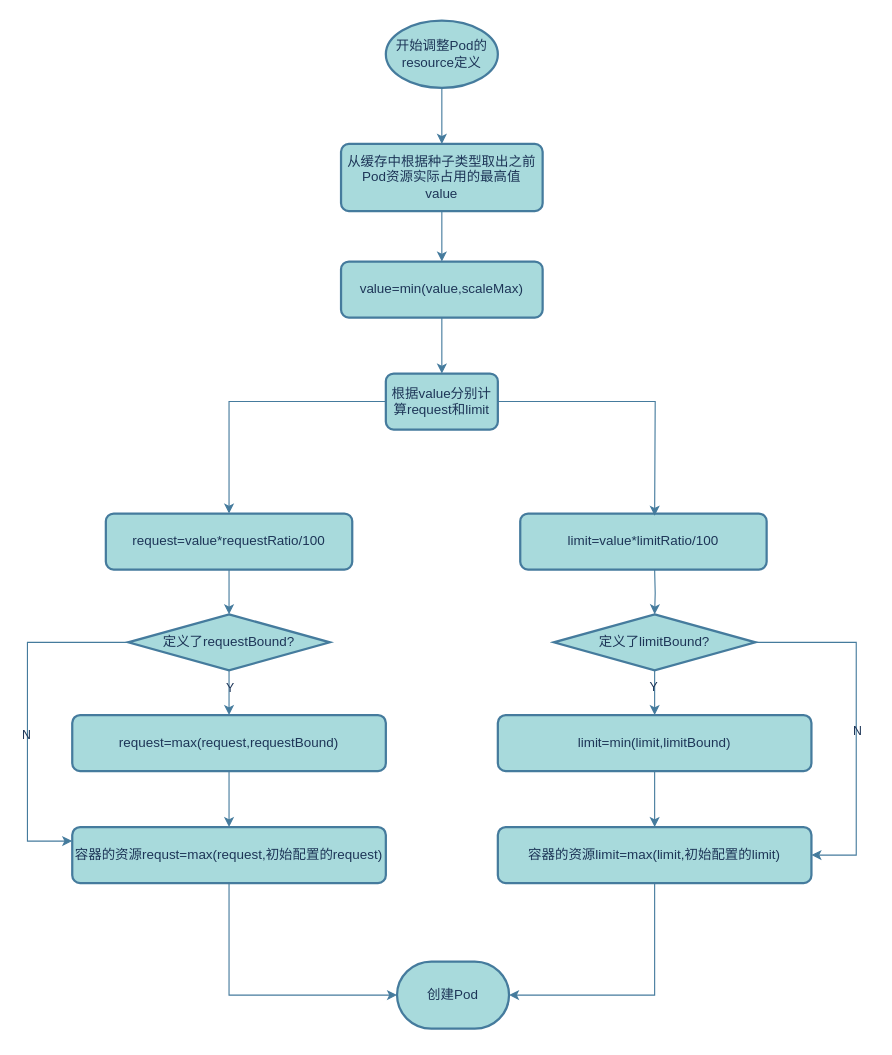
This is drawio/vpa.drawio from keisni/zm, a draw.io file, before an edit. Source tidied: cells renumbered, new cells numbered last; positions are measured from the earlier drawing's top-left corner, leaving out a move shared by most shapes. Both pictures are drawn from the tidied source at 112%, with x=0, y=0 at pixel (27, 20).
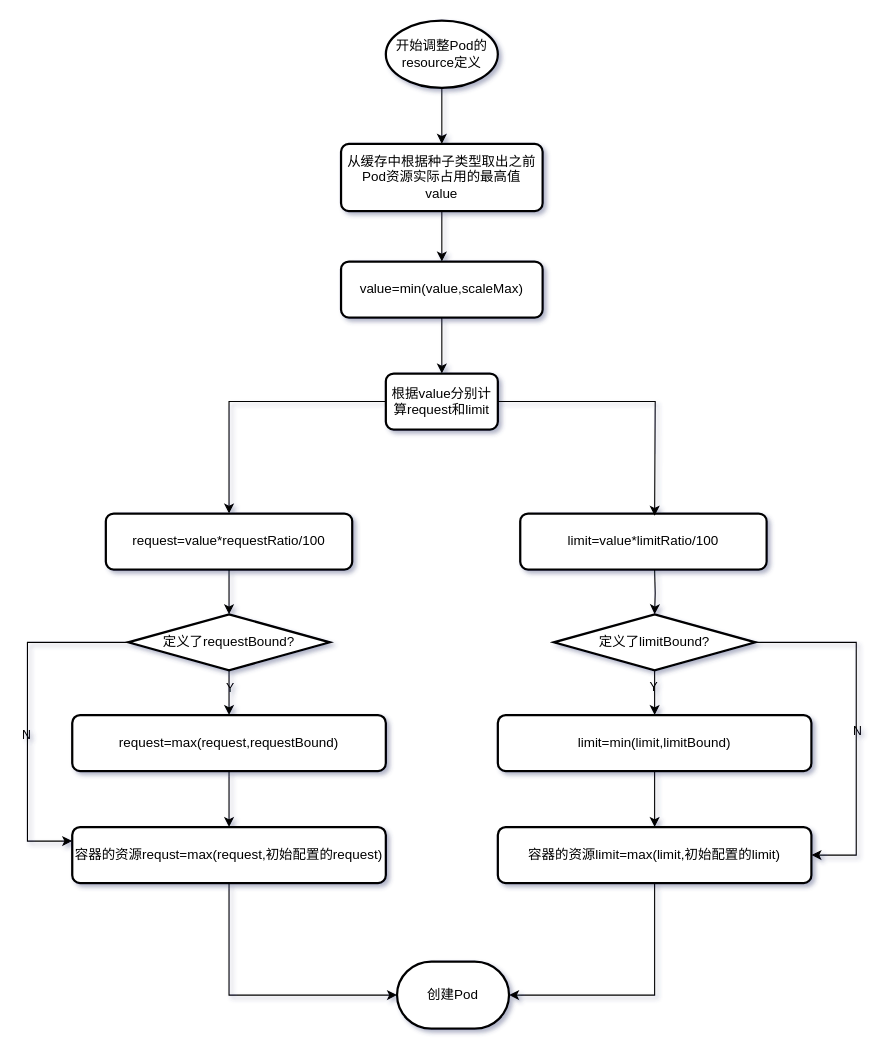
The same diagram, later.

Diff of the diagram source:
```diff
@@
-<mxGraphModel>
+<mxGraphModel shadow="1">
@@
-    <mxCell id="2" style="edgeStyle=orthogonalEdgeStyle;rounded=0;jettySize=auto;html=1;exitX=0.5;exitY=1;exitDx=0;exitDy=0;exitPerimeter=0;entryX=0.5;entryY=0;entryDx=0;entryDy=0;labelBackgroundColor=none;strokeColor=#457B9D;fontColor=default;" parent="1" edge="1" source="3" target="4">
+    <mxCell id="2" style="edgeStyle=orthogonalEdgeStyle;rounded=0;jettySize=auto;html=1;exitX=0.5;exitY=1;exitDx=0;exitDy=0;exitPerimeter=0;entryX=0.5;entryY=0;entryDx=0;entryDy=0;labelBackgroundColor=none;fontColor=default;fontStyle=0;" parent="1" edge="1" source="3" target="4">
       <mxGeometry relative="1" as="geometry" />
     </mxCell>
-    <mxCell id="3" value="开始调整Pod的resource定义" style="strokeWidth=2;html=1;shape=mxgraph.flowchart.start_1;whiteSpace=wrap;labelBackgroundColor=none;fillColor=#A8DADC;strokeColor=#457B9D;fontColor=#1D3557;" parent="1" vertex="1">
+    <mxCell id="3" value="开始调整Pod的resource定义" style="strokeWidth=2;html=1;shape=mxgraph.flowchart.start_1;whiteSpace=wrap;labelBackgroundColor=none;fontStyle=0;" parent="1" vertex="1">
       <mxGeometry x="320" width="100" height="60" as="geometry" />
     </mxCell>
-    <mxCell id="4" value="从缓存中根据种子类型取出之前Pod资源实际占用的最高值&lt;div&gt;value&lt;/div&gt;" style="rounded=1;whiteSpace=wrap;html=1;absoluteArcSize=1;arcSize=14;strokeWidth=2;labelBackgroundColor=none;fillColor=#A8DADC;strokeColor=#457B9D;fontColor=#1D3557;" parent="1" vertex="1">
+    <mxCell id="4" value="从缓存中根据种子类型取出之前Pod资源实际占用的最高值&lt;div&gt;value&lt;/div&gt;" style="rounded=1;whiteSpace=wrap;html=1;absoluteArcSize=1;arcSize=14;strokeWidth=2;labelBackgroundColor=none;fontStyle=0;" parent="1" vertex="1">
       <mxGeometry x="280" y="110" width="180" height="60" as="geometry" />
     </mxCell>
-    <mxCell id="5" style="edgeStyle=orthogonalEdgeStyle;rounded=0;jettySize=auto;html=1;exitX=0.5;exitY=1;exitDx=0;exitDy=0;entryX=0.5;entryY=0;entryDx=0;entryDy=0;labelBackgroundColor=none;strokeColor=#457B9D;fontColor=default;" parent="1" edge="1" source="7" target="9">
+    <mxCell id="5" style="edgeStyle=orthogonalEdgeStyle;rounded=0;jettySize=auto;html=1;exitX=0.5;exitY=1;exitDx=0;exitDy=0;entryX=0.5;entryY=0;entryDx=0;entryDy=0;labelBackgroundColor=none;fontColor=default;fontStyle=0;" parent="1" edge="1" source="7" target="9">
       <mxGeometry relative="1" as="geometry" />
     </mxCell>
-    <mxCell id="6" style="edgeStyle=orthogonalEdgeStyle;rounded=0;jettySize=auto;html=1;exitX=0.5;exitY=1;exitDx=0;exitDy=0;entryX=0.5;entryY=0;entryDx=0;entryDy=0;labelBackgroundColor=none;strokeColor=#457B9D;fontColor=default;" parent="1" edge="1" source="4" target="7">
+    <mxCell id="6" style="edgeStyle=orthogonalEdgeStyle;rounded=0;jettySize=auto;html=1;exitX=0.5;exitY=1;exitDx=0;exitDy=0;entryX=0.5;entryY=0;entryDx=0;entryDy=0;labelBackgroundColor=none;fontColor=default;fontStyle=0;" parent="1" edge="1" source="4" target="7">
       <mxGeometry relative="1" as="geometry" />
     </mxCell>
-    <mxCell id="7" value="value=min(value,scaleMax)" style="rounded=1;whiteSpace=wrap;html=1;absoluteArcSize=1;arcSize=14;strokeWidth=2;labelBackgroundColor=none;fillColor=#A8DADC;strokeColor=#457B9D;fontColor=#1D3557;" parent="1" vertex="1">
+    <mxCell id="7" value="value=min(value,scaleMax)" style="rounded=1;whiteSpace=wrap;html=1;absoluteArcSize=1;arcSize=14;strokeWidth=2;labelBackgroundColor=none;fontStyle=0;" parent="1" vertex="1">
       <mxGeometry x="280" y="215" width="180" height="50" as="geometry" />
     </mxCell>
-    <mxCell id="8" style="edgeStyle=orthogonalEdgeStyle;rounded=0;jettySize=auto;html=1;exitX=0;exitY=0.5;exitDx=0;exitDy=0;entryX=0.5;entryY=0;entryDx=0;entryDy=0;labelBackgroundColor=none;strokeColor=#457B9D;fontColor=default;" parent="1" edge="1" source="9" target="11">
+    <mxCell id="8" style="edgeStyle=orthogonalEdgeStyle;rounded=0;jettySize=auto;html=1;exitX=0;exitY=0.5;exitDx=0;exitDy=0;entryX=0.5;entryY=0;entryDx=0;entryDy=0;labelBackgroundColor=none;fontColor=default;fontStyle=0;" parent="1" edge="1" source="9" target="11">
       <mxGeometry relative="1" as="geometry" />
     </mxCell>
-    <mxCell id="9" value="根据value分别计算request和limit" style="rounded=1;whiteSpace=wrap;html=1;absoluteArcSize=1;arcSize=14;strokeWidth=2;labelBackgroundColor=none;fillColor=#A8DADC;strokeColor=#457B9D;fontColor=#1D3557;" parent="1" vertex="1">
+    <mxCell id="9" value="根据value分别计算request和limit" style="rounded=1;whiteSpace=wrap;html=1;absoluteArcSize=1;arcSize=14;strokeWidth=2;labelBackgroundColor=none;fontStyle=0;" parent="1" vertex="1">
       <mxGeometry x="320" y="315" width="100" height="50" as="geometry" />
     </mxCell>
-    <mxCell id="10" style="edgeStyle=orthogonalEdgeStyle;rounded=0;jettySize=auto;html=1;labelBackgroundColor=none;strokeColor=#457B9D;fontColor=default;" parent="1" edge="1" source="11" target="18">
+    <mxCell id="10" style="edgeStyle=orthogonalEdgeStyle;rounded=0;jettySize=auto;html=1;labelBackgroundColor=none;fontColor=default;fontStyle=0;" parent="1" edge="1" source="11" target="18">
       <mxGeometry relative="1" as="geometry" />
     </mxCell>
-    <mxCell id="11" value="request=value*requestRatio/100" style="rounded=1;whiteSpace=wrap;html=1;absoluteArcSize=1;arcSize=14;strokeWidth=2;labelBackgroundColor=none;fillColor=#A8DADC;strokeColor=#457B9D;fontColor=#1D3557;" parent="1" vertex="1">
+    <mxCell id="11" value="request=value*requestRatio/100" style="rounded=1;whiteSpace=wrap;html=1;absoluteArcSize=1;arcSize=14;strokeWidth=2;labelBackgroundColor=none;fontStyle=0;" parent="1" vertex="1">
       <mxGeometry x="70" y="440" width="220" height="50" as="geometry" />
     </mxCell>
-    <mxCell id="12" value="limit=value*limitRatio/100" style="rounded=1;whiteSpace=wrap;html=1;absoluteArcSize=1;arcSize=14;strokeWidth=2;labelBackgroundColor=none;fillColor=#A8DADC;strokeColor=#457B9D;fontColor=#1D3557;" parent="1" vertex="1">
+    <mxCell id="12" value="limit=value*limitRatio/100" style="rounded=1;whiteSpace=wrap;html=1;absoluteArcSize=1;arcSize=14;strokeWidth=2;labelBackgroundColor=none;fontStyle=0;" parent="1" vertex="1">
       <mxGeometry x="440" y="440" width="220" height="50" as="geometry" />
     </mxCell>
-    <mxCell id="13" style="edgeStyle=orthogonalEdgeStyle;rounded=0;jettySize=auto;html=1;exitX=1;exitY=0.5;exitDx=0;exitDy=0;entryX=0.5;entryY=0;entryDx=0;entryDy=0;labelBackgroundColor=none;strokeColor=#457B9D;fontColor=default;" parent="1" edge="1" source="9">
+    <mxCell id="13" style="edgeStyle=orthogonalEdgeStyle;rounded=0;jettySize=auto;html=1;exitX=1;exitY=0.5;exitDx=0;exitDy=0;entryX=0.5;entryY=0;entryDx=0;entryDy=0;labelBackgroundColor=none;fontColor=default;fontStyle=0;" parent="1" edge="1" source="9">
       <mxGeometry relative="1" as="geometry">
         <mxPoint x="560" y="442" as="targetPoint" />
       </mxGeometry>
     </mxCell>
-    <mxCell id="14" style="edgeStyle=orthogonalEdgeStyle;rounded=0;jettySize=auto;html=1;labelBackgroundColor=none;strokeColor=#457B9D;fontColor=default;" parent="1" edge="1" source="18" target="20">
+    <mxCell id="14" style="edgeStyle=orthogonalEdgeStyle;rounded=0;jettySize=auto;html=1;labelBackgroundColor=none;fontColor=default;fontStyle=0;" parent="1" edge="1" source="18" target="20">
       <mxGeometry relative="1" as="geometry" />
     </mxCell>
-    <mxCell id="15" value="Y" style="edgeLabel;html=1;align=center;verticalAlign=middle;labelBackgroundColor=none;fontColor=#1D3557;" parent="14" vertex="1">
+    <mxCell id="15" value="Y" style="edgeLabel;html=1;align=center;verticalAlign=middle;labelBackgroundColor=none;fontStyle=0;" parent="14" vertex="1">
       <mxGeometry x="-0.25" relative="1" as="geometry" />
     </mxCell>
-    <mxCell id="16" style="edgeStyle=orthogonalEdgeStyle;rounded=0;jettySize=auto;html=1;exitX=0;exitY=0.5;exitDx=0;exitDy=0;exitPerimeter=0;entryX=0;entryY=0.25;entryDx=0;entryDy=0;labelBackgroundColor=none;strokeColor=#457B9D;fontColor=default;" parent="1" edge="1" source="18" target="29">
+    <mxCell id="16" style="edgeStyle=orthogonalEdgeStyle;rounded=0;jettySize=auto;html=1;exitX=0;exitY=0.5;exitDx=0;exitDy=0;exitPerimeter=0;entryX=0;entryY=0.25;entryDx=0;entryDy=0;labelBackgroundColor=none;fontColor=default;fontStyle=0;" parent="1" edge="1" source="18" target="29">
       <mxGeometry relative="1" as="geometry">
         <Array as="points">
           <mxPoint y="555" />
           <mxPoint y="733" />
         </Array>
       </mxGeometry>
     </mxCell>
-    <mxCell id="17" value="N" style="edgeLabel;html=1;align=center;verticalAlign=middle;labelBackgroundColor=none;fontColor=#1D3557;" parent="16" vertex="1">
+    <mxCell id="17" value="N" style="edgeLabel;html=1;align=center;verticalAlign=middle;labelBackgroundColor=none;fontStyle=0;" parent="16" vertex="1">
       <mxGeometry x="0.12" y="-2" relative="1" as="geometry" />
     </mxCell>
-    <mxCell id="18" value="定义了requestBound?" style="strokeWidth=2;html=1;shape=mxgraph.flowchart.decision;whiteSpace=wrap;labelBackgroundColor=none;fillColor=#A8DADC;strokeColor=#457B9D;fontColor=#1D3557;" parent="1" vertex="1">
+    <mxCell id="18" value="定义了requestBound?" style="strokeWidth=2;html=1;shape=mxgraph.flowchart.decision;whiteSpace=wrap;labelBackgroundColor=none;fontStyle=0;" parent="1" vertex="1">
       <mxGeometry x="90" y="530" width="180" height="50" as="geometry" />
     </mxCell>
-    <mxCell id="19" style="edgeStyle=orthogonalEdgeStyle;rounded=0;jettySize=auto;html=1;exitX=0.5;exitY=1;exitDx=0;exitDy=0;entryX=0.5;entryY=0;entryDx=0;entryDy=0;labelBackgroundColor=none;strokeColor=#457B9D;fontColor=default;" parent="1" edge="1" source="20" target="29">
+    <mxCell id="19" style="edgeStyle=orthogonalEdgeStyle;rounded=0;jettySize=auto;html=1;exitX=0.5;exitY=1;exitDx=0;exitDy=0;entryX=0.5;entryY=0;entryDx=0;entryDy=0;labelBackgroundColor=none;fontColor=default;fontStyle=0;" parent="1" edge="1" source="20" target="29">
       <mxGeometry relative="1" as="geometry" />
     </mxCell>
-    <mxCell id="20" value="request=max(request,requestBound)" style="rounded=1;whiteSpace=wrap;html=1;absoluteArcSize=1;arcSize=14;strokeWidth=2;labelBackgroundColor=none;fillColor=#A8DADC;strokeColor=#457B9D;fontColor=#1D3557;" parent="1" vertex="1">
+    <mxCell id="20" value="request=max(request,requestBound)" style="rounded=1;whiteSpace=wrap;html=1;absoluteArcSize=1;arcSize=14;strokeWidth=2;labelBackgroundColor=none;fontStyle=0;" parent="1" vertex="1">
       <mxGeometry x="40" y="620" width="280" height="50" as="geometry" />
     </mxCell>
-    <mxCell id="21" style="edgeStyle=orthogonalEdgeStyle;rounded=0;jettySize=auto;html=1;labelBackgroundColor=none;strokeColor=#457B9D;fontColor=default;" parent="1" edge="1" target="26">
+    <mxCell id="21" style="edgeStyle=orthogonalEdgeStyle;rounded=0;jettySize=auto;html=1;labelBackgroundColor=none;fontColor=default;fontStyle=0;" parent="1" edge="1" target="26">
       <mxGeometry relative="1" as="geometry">
         <mxPoint x="560" y="490" as="sourcePoint" />
       </mxGeometry>
     </mxCell>
-    <mxCell id="22" style="edgeStyle=orthogonalEdgeStyle;rounded=0;jettySize=auto;html=1;labelBackgroundColor=none;strokeColor=#457B9D;fontColor=default;" parent="1" edge="1" source="26" target="28">
+    <mxCell id="22" style="edgeStyle=orthogonalEdgeStyle;rounded=0;jettySize=auto;html=1;labelBackgroundColor=none;fontColor=default;fontStyle=0;" parent="1" edge="1" source="26" target="28">
       <mxGeometry relative="1" as="geometry" />
     </mxCell>
-    <mxCell id="23" value="Y" style="edgeLabel;html=1;align=center;verticalAlign=middle;labelBackgroundColor=none;fontColor=#1D3557;" parent="22" vertex="1">
+    <mxCell id="23" value="Y" style="edgeLabel;html=1;align=center;verticalAlign=middle;labelBackgroundColor=none;fontStyle=0;" parent="22" vertex="1">
       <mxGeometry x="-0.3" y="-2" relative="1" as="geometry" />
     </mxCell>
-    <mxCell id="24" style="edgeStyle=orthogonalEdgeStyle;rounded=0;jettySize=auto;html=1;exitX=1;exitY=0.5;exitDx=0;exitDy=0;exitPerimeter=0;entryX=1;entryY=0.5;entryDx=0;entryDy=0;labelBackgroundColor=none;strokeColor=#457B9D;fontColor=default;" parent="1" edge="1" source="26" target="30">
+    <mxCell id="24" style="edgeStyle=orthogonalEdgeStyle;rounded=0;jettySize=auto;html=1;exitX=1;exitY=0.5;exitDx=0;exitDy=0;exitPerimeter=0;entryX=1;entryY=0.5;entryDx=0;entryDy=0;labelBackgroundColor=none;fontColor=default;fontStyle=0;" parent="1" edge="1" source="26" target="30">
       <mxGeometry relative="1" as="geometry">
         <Array as="points">
           <mxPoint x="740" y="555" />
           <mxPoint x="740" y="745" />
         </Array>
       </mxGeometry>
     </mxCell>
-    <mxCell id="25" value="N" style="edgeLabel;html=1;align=center;verticalAlign=middle;labelBackgroundColor=none;fontColor=#1D3557;" parent="24" vertex="1">
+    <mxCell id="25" value="N" style="edgeLabel;html=1;align=center;verticalAlign=middle;labelBackgroundColor=none;fontStyle=0;" parent="24" vertex="1">
       <mxGeometry x="0.05" relative="1" as="geometry" />
     </mxCell>
-    <mxCell id="26" value="定义了limitBound?" style="strokeWidth=2;html=1;shape=mxgraph.flowchart.decision;whiteSpace=wrap;labelBackgroundColor=none;fillColor=#A8DADC;strokeColor=#457B9D;fontColor=#1D3557;" parent="1" vertex="1">
+    <mxCell id="26" value="定义了limitBound?" style="strokeWidth=2;html=1;shape=mxgraph.flowchart.decision;whiteSpace=wrap;labelBackgroundColor=none;fontStyle=0;" parent="1" vertex="1">
       <mxGeometry x="470" y="530" width="180" height="50" as="geometry" />
     </mxCell>
-    <mxCell id="27" style="edgeStyle=orthogonalEdgeStyle;rounded=0;jettySize=auto;html=1;exitX=0.5;exitY=1;exitDx=0;exitDy=0;entryX=0.5;entryY=0;entryDx=0;entryDy=0;labelBackgroundColor=none;strokeColor=#457B9D;fontColor=default;" parent="1" edge="1" source="28" target="30">
+    <mxCell id="27" style="edgeStyle=orthogonalEdgeStyle;rounded=0;jettySize=auto;html=1;exitX=0.5;exitY=1;exitDx=0;exitDy=0;entryX=0.5;entryY=0;entryDx=0;entryDy=0;labelBackgroundColor=none;fontColor=default;fontStyle=0;" parent="1" edge="1" source="28" target="30">
       <mxGeometry relative="1" as="geometry" />
     </mxCell>
-    <mxCell id="28" value="limit=min(limit,limitBound)" style="rounded=1;whiteSpace=wrap;html=1;absoluteArcSize=1;arcSize=14;strokeWidth=2;labelBackgroundColor=none;fillColor=#A8DADC;strokeColor=#457B9D;fontColor=#1D3557;" parent="1" vertex="1">
+    <mxCell id="28" value="limit=min(limit,limitBound)" style="rounded=1;whiteSpace=wrap;html=1;absoluteArcSize=1;arcSize=14;strokeWidth=2;labelBackgroundColor=none;fontStyle=0;" parent="1" vertex="1">
       <mxGeometry x="420" y="620" width="280" height="50" as="geometry" />
     </mxCell>
-    <mxCell id="29" value="容器的资源requst=max(request,初始配置的request)" style="rounded=1;whiteSpace=wrap;html=1;absoluteArcSize=1;arcSize=14;strokeWidth=2;labelBackgroundColor=none;fillColor=#A8DADC;strokeColor=#457B9D;fontColor=#1D3557;" parent="1" vertex="1">
+    <mxCell id="29" value="容器的资源requst=max(request,初始配置的request)" style="rounded=1;whiteSpace=wrap;html=1;absoluteArcSize=1;arcSize=14;strokeWidth=2;labelBackgroundColor=none;fontStyle=0;" parent="1" vertex="1">
       <mxGeometry x="40" y="720" width="280" height="50" as="geometry" />
     </mxCell>
-    <mxCell id="30" value="容器的资源limit=max(limit,初始配置的limit)" style="rounded=1;whiteSpace=wrap;html=1;absoluteArcSize=1;arcSize=14;strokeWidth=2;labelBackgroundColor=none;fillColor=#A8DADC;strokeColor=#457B9D;fontColor=#1D3557;" parent="1" vertex="1">
+    <mxCell id="30" value="容器的资源limit=max(limit,初始配置的limit)" style="rounded=1;whiteSpace=wrap;html=1;absoluteArcSize=1;arcSize=14;strokeWidth=2;labelBackgroundColor=none;fontStyle=0;" parent="1" vertex="1">
       <mxGeometry x="420" y="720" width="280" height="50" as="geometry" />
     </mxCell>
-    <mxCell id="31" value="创建Pod" style="strokeWidth=2;html=1;shape=mxgraph.flowchart.terminator;whiteSpace=wrap;labelBackgroundColor=none;fillColor=#A8DADC;strokeColor=#457B9D;fontColor=#1D3557;" parent="1" vertex="1">
+    <mxCell id="31" value="创建Pod" style="strokeWidth=2;html=1;shape=mxgraph.flowchart.terminator;whiteSpace=wrap;labelBackgroundColor=none;fontStyle=0;" parent="1" vertex="1">
       <mxGeometry x="330" y="840" width="100" height="60" as="geometry" />
     </mxCell>
-    <mxCell id="32" style="edgeStyle=orthogonalEdgeStyle;rounded=0;jettySize=auto;html=1;entryX=0;entryY=0.5;entryDx=0;entryDy=0;entryPerimeter=0;exitX=0.5;exitY=1;exitDx=0;exitDy=0;labelBackgroundColor=none;strokeColor=#457B9D;fontColor=default;" parent="1" edge="1" source="29" target="31">
+    <mxCell id="32" style="edgeStyle=orthogonalEdgeStyle;rounded=0;jettySize=auto;html=1;entryX=0;entryY=0.5;entryDx=0;entryDy=0;entryPerimeter=0;exitX=0.5;exitY=1;exitDx=0;exitDy=0;labelBackgroundColor=none;fontColor=default;fontStyle=0;" parent="1" edge="1" source="29" target="31">
       <mxGeometry relative="1" as="geometry" />
     </mxCell>
-    <mxCell id="33" style="edgeStyle=orthogonalEdgeStyle;rounded=0;jettySize=auto;html=1;entryX=1;entryY=0.5;entryDx=0;entryDy=0;entryPerimeter=0;labelBackgroundColor=none;strokeColor=#457B9D;fontColor=default;" parent="1" edge="1" source="30" target="31">
+    <mxCell id="33" style="edgeStyle=orthogonalEdgeStyle;rounded=0;jettySize=auto;html=1;entryX=1;entryY=0.5;entryDx=0;entryDy=0;entryPerimeter=0;labelBackgroundColor=none;fontColor=default;fontStyle=0;" parent="1" edge="1" source="30" target="31">
       <mxGeometry relative="1" as="geometry" />
     </mxCell>
```
